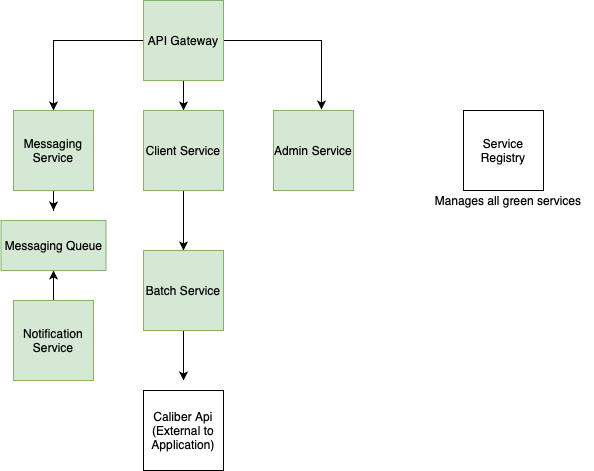
revaturelabs/cep-research-spike-microservcies keeps this draw.io diagram as CEP-Microservices.png. Above is the earlier version. Source tidied: cells renumbered, new cells last; positions are measured from the earlier drawing's top-left corner, leaving out a move shared by most shapes.
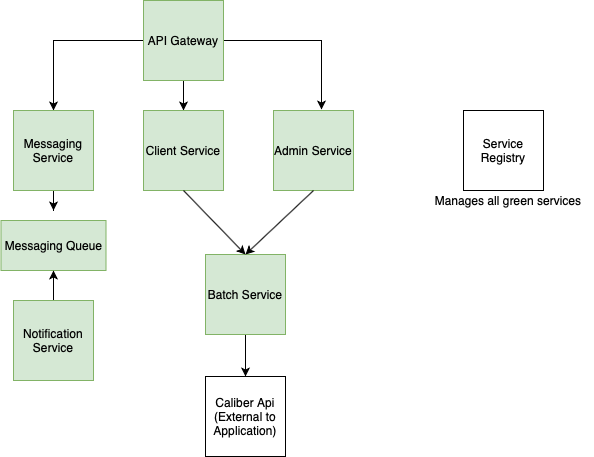
The same diagram one commit later.

Diff of the diagram source:
```diff
@@ -22,22 +22,17 @@
     <mxCell id="7" value="Messaging Service" style="whiteSpace=wrap;html=1;fillColor=#d5e8d4;strokeColor=#82b366;" parent="1" vertex="1">
       <mxGeometry x="12" y="110" width="80" height="80" as="geometry" />
     </mxCell>
-    <mxCell id="8" style="edgeStyle=orthogonalEdgeStyle;rounded=0;jettySize=auto;html=1;entryX=0.5;entryY=0;entryDx=0;entryDy=0;" parent="1" edge="1" source="9" target="12">
-      <mxGeometry relative="1" as="geometry" />
-    </mxCell>
     <mxCell id="9" value="Client Service" style="whiteSpace=wrap;html=1;fillColor=#d5e8d4;strokeColor=#82b366;" parent="1" vertex="1">
       <mxGeometry x="142" y="110" width="80" height="80" as="geometry" />
     </mxCell>
     <mxCell id="10" value="Admin Service" style="whiteSpace=wrap;html=1;fillColor=#d5e8d4;strokeColor=#82b366;" parent="1" vertex="1">
       <mxGeometry x="272" y="110" width="80" height="80" as="geometry" />
     </mxCell>
-    <mxCell id="11" style="edgeStyle=orthogonalEdgeStyle;rounded=0;jettySize=auto;html=1;" parent="1" edge="1" source="12">
-      <mxGeometry relative="1" as="geometry">
-        <mxPoint x="182" y="380" as="targetPoint" />
-      </mxGeometry>
-    </mxCell>
+    <mxCell id="19" style="edgeStyle=orthogonalEdgeStyle;rounded=0;jettySize=auto;html=1;entryX=0.5;entryY=0;entryDx=0;entryDy=0;" parent="1" edge="1" source="12" target="16">
+      <mxGeometry relative="1" as="geometry" />
+    </mxCell>
     <mxCell id="12" value="Batch Service" style="whiteSpace=wrap;html=1;fillColor=#d5e8d4;strokeColor=#82b366;" parent="1" vertex="1">
-      <mxGeometry x="142" y="250" width="80" height="80" as="geometry" />
+      <mxGeometry x="204" y="254" width="80" height="80" as="geometry" />
     </mxCell>
     <mxCell id="13" value="Messaging Queue&lt;br&gt;" style="rounded=0;whiteSpace=wrap;html=1;rotation=0;fillColor=#d5e8d4;strokeColor=#82b366;" parent="1" vertex="1">
       <mxGeometry x="-0.5" y="220" width="105" height="50" as="geometry" />
@@ -49,7 +44,7 @@
       <mxGeometry x="12" y="300" width="80" height="80" as="geometry" />
     </mxCell>
     <mxCell id="16" value="Caliber Api&lt;br&gt;(External to Application)" style="whiteSpace=wrap;html=1;" parent="1" vertex="1">
-      <mxGeometry x="142" y="390" width="80" height="80" as="geometry" />
+      <mxGeometry x="204" y="376" width="80" height="80" as="geometry" />
     </mxCell>
     <mxCell id="17" value="Service Registry" style="whiteSpace=wrap;html=1;" parent="1" vertex="1">
       <mxGeometry x="462" y="110" width="80" height="80" as="geometry" />
@@ -57,5 +52,11 @@
     <mxCell id="18" value="Manages all green services" style="text;html=1;strokeColor=none;fillColor=none;align=center;verticalAlign=middle;whiteSpace=wrap;rounded=0;" parent="1" vertex="1">
       <mxGeometry x="422" y="160" width="170" height="80" as="geometry" />
     </mxCell>
+    <mxCell id="20" style="endArrow=classic;html=1;exitX=0.5;exitY=1;exitDx=0;exitDy=0;entryX=0.5;entryY=0;entryDx=0;entryDy=0;" parent="1" edge="1" source="10" target="12">
+      <mxGeometry relative="1" as="geometry" />
+    </mxCell>
+    <mxCell id="8" style="endArrow=classic;html=1;exitX=0.5;exitY=1;exitDx=0;exitDy=0;entryX=0.5;entryY=0;entryDx=0;entryDy=0;" parent="1" edge="1" source="9" target="12">
+      <mxGeometry relative="1" as="geometry" />
+    </mxCell>
   </root>
 </mxGraphModel>
```
